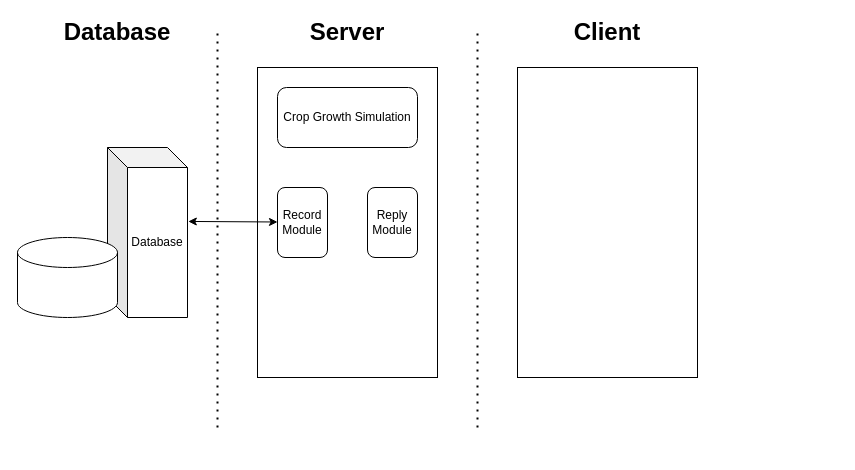
This is digital_twin_in_agriculture.drawio from Kakoyi945/cloud, a draw.io file, before an edit. Source tidied: cells renumbered, new cells numbered last; positions are measured from the earlier drawing's top-left corner, leaving out a move shared by most shapes. Both pictures are drawn from the tidied source at 100%, with x=0, y=0 at pixel (17, 17). Pictures stored in the file or linked from it are replaced by grey dashed boxes.
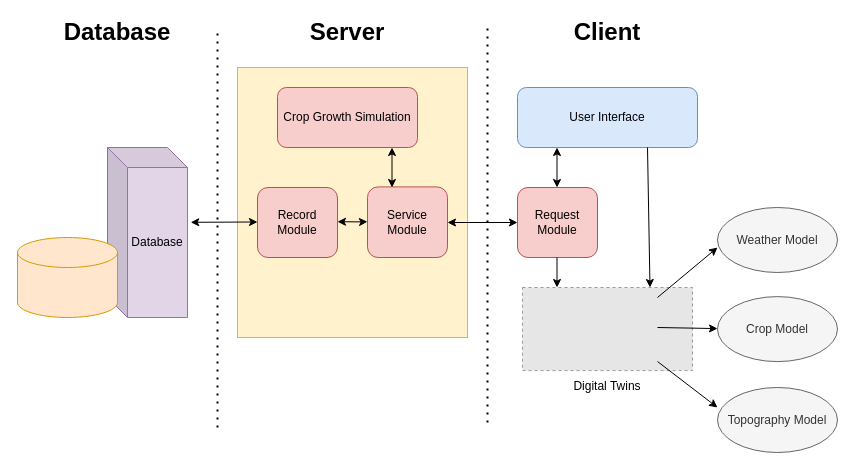
The same diagram, later.

What changed in the source:
```diff
@@
-    <mxCell id="2" style="rounded=0;whiteSpace=wrap;html=1;" parent="1" vertex="1">
-      <mxGeometry x="500" y="50" width="180" height="310" as="geometry" />
-    </mxCell>
-    <mxCell id="3" style="rounded=0;whiteSpace=wrap;html=1;" parent="1" vertex="1">
-      <mxGeometry x="240" y="50" width="180" height="310" as="geometry" />
+    <mxCell id="3" style="rounded=0;whiteSpace=wrap;html=1;fillColor=#fff2cc;strokeColor=#d6b656;" parent="1" vertex="1">
+      <mxGeometry x="220" y="50" width="230" height="270" as="geometry" />
     </mxCell>
     <mxCell id="4" style="endArrow=none;dashed=1;html=1;dashPattern=1 3;strokeWidth=2;rounded=0;" parent="1" edge="1">
       <mxGeometry relative="1" as="geometry">
-        <mxPoint x="460" y="410" as="sourcePoint" />
-        <mxPoint x="460" y="10" as="targetPoint" />
+        <mxPoint x="470" y="405" as="sourcePoint" />
+        <mxPoint x="470" y="5" as="targetPoint" />
       </mxGeometry>
     </mxCell>
@@
-    <mxCell id="6" value="Database" style="shape=cube;whiteSpace=wrap;html=1;boundedLbl=1;backgroundOutline=1;darkOpacity=0.05;darkOpacity2=0.1;" parent="1" vertex="1">
+    <mxCell id="6" value="Database" style="shape=cube;whiteSpace=wrap;html=1;boundedLbl=1;backgroundOutline=1;darkOpacity=0.05;darkOpacity2=0.1;fillColor=#e1d5e7;strokeColor=#9673a6;" parent="1" vertex="1">
       <mxGeometry x="90" y="130" width="80" height="170" as="geometry" />
     </mxCell>
-    <mxCell id="7" style="shape=cylinder3;whiteSpace=wrap;html=1;boundedLbl=1;backgroundOutline=1;size=15;" parent="1" vertex="1">
+    <mxCell id="7" style="shape=cylinder3;whiteSpace=wrap;html=1;boundedLbl=1;backgroundOutline=1;size=15;fillColor=#ffe6cc;strokeColor=#d79b00;" parent="1" vertex="1">
       <mxGeometry y="220" width="100" height="80" as="geometry" />
     </mxCell>
@@
-    <mxCell id="11" value="Crop Growth Simulation" style="rounded=1;whiteSpace=wrap;html=1;" parent="1" vertex="1">
+    <mxCell id="11" value="Crop Growth Simulation" style="rounded=1;whiteSpace=wrap;html=1;fillColor=#f8cecc;strokeColor=#b85450;" parent="1" vertex="1">
       <mxGeometry x="260" y="70" width="140" height="60" as="geometry" />
     </mxCell>
-    <mxCell id="12" value="Record Module" style="rounded=1;whiteSpace=wrap;html=1;" parent="1" vertex="1">
-      <mxGeometry x="260" y="170" width="50" height="70" as="geometry" />
+    <mxCell id="12" value="Record Module" style="rounded=1;whiteSpace=wrap;html=1;fillColor=#f8cecc;strokeColor=#b85450;" parent="1" vertex="1">
+      <mxGeometry x="240" y="170" width="80" height="70" as="geometry" />
     </mxCell>
-    <mxCell id="13" value="Reply Module" style="rounded=1;whiteSpace=wrap;html=1;" parent="1" vertex="1">
-      <mxGeometry x="350" y="170" width="50" height="70" as="geometry" />
+    <mxCell id="13" value="Service Module" style="rounded=1;whiteSpace=wrap;html=1;fillColor=#f8cecc;strokeColor=#b85450;" parent="1" vertex="1">
+      <mxGeometry x="350" y="169.4" width="80" height="70.6" as="geometry" />
     </mxCell>
-    <mxCell id="14" style="endArrow=classic;startArrow=classic;html=1;rounded=0;exitX=1.01;exitY=0.435;exitDx=0;exitDy=0;exitPerimeter=0;" parent="1" edge="1" source="6">
-      <mxGeometry relative="1" as="geometry">
-        <mxPoint x="260" y="204.5" as="targetPoint" />
-      </mxGeometry>
-    </mxCell>
+    <mxCell id="15" style="fillColor=#E6E6E6;strokeColor=#999999;dashed=1;verticalLabelPosition=bottom;labelBackgroundColor=default;verticalAlign=top;" parent="1" vertex="1">
+      <mxGeometry x="505" y="270" width="170" height="83.1" as="geometry" />
+    </mxCell>
+    <mxCell id="16" style="endArrow=classic;html=1;rounded=0;" parent="1" edge="1">
+      <mxGeometry relative="1" as="geometry">
+        <mxPoint x="640" y="280" as="sourcePoint" />
+        <mxPoint x="700" y="230" as="targetPoint" />
+      </mxGeometry>
+    </mxCell>
+    <mxCell id="17" value="Weather Model" style="ellipse;whiteSpace=wrap;html=1;fillColor=#f5f5f5;fontColor=#333333;strokeColor=#666666;" parent="1" vertex="1">
+      <mxGeometry x="700" y="190" width="120" height="65" as="geometry" />
+    </mxCell>
+    <mxCell id="18" value="Crop Model" style="ellipse;whiteSpace=wrap;html=1;fillColor=#f5f5f5;fontColor=#333333;strokeColor=#666666;" parent="1" vertex="1">
+      <mxGeometry x="700" y="279.1" width="120" height="65" as="geometry" />
+    </mxCell>
+    <mxCell id="19" style="endArrow=classic;html=1;rounded=0;" parent="1" edge="1">
+      <mxGeometry relative="1" as="geometry">
+        <mxPoint x="640" y="344" as="sourcePoint" />
+        <mxPoint x="700" y="390" as="targetPoint" />
+      </mxGeometry>
+    </mxCell>
+    <mxCell id="20" value="Topography Model" style="ellipse;whiteSpace=wrap;html=1;fillColor=#f5f5f5;fontColor=#333333;strokeColor=#666666;" parent="1" vertex="1">
+      <mxGeometry x="700" y="370" width="120" height="65" as="geometry" />
+    </mxCell>
+    <mxCell id="21" style="endArrow=classic;html=1;rounded=0;" parent="1" edge="1">
+      <mxGeometry relative="1" as="geometry">
+        <mxPoint x="640" y="310" as="sourcePoint" />
+        <mxPoint x="700" y="311.1" as="targetPoint" />
+      </mxGeometry>
+    </mxCell>
+    <mxCell id="22" style="endArrow=classic;startArrow=classic;html=1;rounded=0;" parent="1" edge="1">
+      <mxGeometry relative="1" as="geometry">
+        <mxPoint x="374.5" y="170" as="sourcePoint" />
+        <mxPoint x="374.5" y="130" as="targetPoint" />
+      </mxGeometry>
+    </mxCell>
+    <mxCell id="23" value="User Interface" style="rounded=1;whiteSpace=wrap;html=1;fillColor=#dae8fc;strokeColor=#6c8ebf;" parent="1" vertex="1">
+      <mxGeometry x="500" y="70" width="180" height="60" as="geometry" />
+    </mxCell>
+    <mxCell id="24" value="Request Module" style="rounded=1;whiteSpace=wrap;html=1;fillColor=#f8cecc;strokeColor=#b85450;" parent="1" vertex="1">
+      <mxGeometry x="500" y="170" width="80" height="70" as="geometry" />
+    </mxCell>
+    <mxCell id="25" style="endArrow=classic;startArrow=classic;html=1;rounded=0;" parent="1" edge="1">
+      <mxGeometry relative="1" as="geometry">
+        <mxPoint x="539.5" y="170" as="sourcePoint" />
+        <mxPoint x="539.5" y="130" as="targetPoint" />
+      </mxGeometry>
+    </mxCell>
+    <mxCell id="26" style="endArrow=classic;html=1;rounded=0;entryX=0.75;entryY=0;entryDx=0;entryDy=0;" parent="1" edge="1" target="15">
+      <mxGeometry relative="1" as="geometry">
+        <mxPoint x="630" y="130" as="sourcePoint" />
+      </mxGeometry>
+    </mxCell>
+    <mxCell id="27" style="endArrow=classic;startArrow=classic;html=1;rounded=0;entryX=0;entryY=0.5;entryDx=0;entryDy=0;" parent="1" edge="1" target="24">
+      <mxGeometry relative="1" as="geometry">
+        <mxPoint x="430" y="205" as="sourcePoint" />
+      </mxGeometry>
+    </mxCell>
+    <mxCell id="28" style="endArrow=classic;html=1;rounded=0;" parent="1" edge="1">
+      <mxGeometry relative="1" as="geometry">
+        <mxPoint x="539.5" y="240" as="sourcePoint" />
+        <mxPoint x="539.5" y="270" as="targetPoint" />
+      </mxGeometry>
+    </mxCell>
+    <mxCell id="29" value="Digital Twins" style="text;html=1;strokeColor=none;fillColor=none;align=center;verticalAlign=middle;whiteSpace=wrap;rounded=0;" parent="1" vertex="1">
+      <mxGeometry x="535" y="360" width="110" height="17" as="geometry" />
+    </mxCell>
+    <mxCell id="30" style="endArrow=classic;startArrow=classic;html=1;rounded=0;" parent="1" edge="1">
+      <mxGeometry relative="1" as="geometry">
+        <mxPoint x="320" y="204.2" as="sourcePoint" />
+        <mxPoint x="350" y="204.2" as="targetPoint" />
+        <Array as="points">
+          <mxPoint x="345" y="204.4" />
+        </Array>
+      </mxGeometry>
+    </mxCell>
+    <mxCell id="31" style="endArrow=classic;startArrow=classic;html=1;rounded=0;exitX=1.04;exitY=0.44;exitDx=0;exitDy=0;exitPerimeter=0;" parent="1" edge="1" source="6">
+      <mxGeometry relative="1" as="geometry">
+        <mxPoint x="240" y="204.5" as="targetPoint" />
+      </mxGeometry>
+    </mxCell>
```
